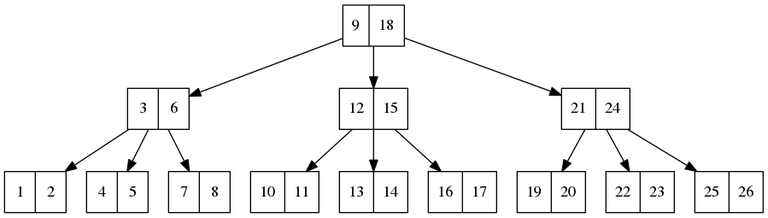
Earlier version of the Graphviz export BTree/archivo.png (santiago3223/ULaSalle). Its source is kept beside it as BTree/archivo.dot.
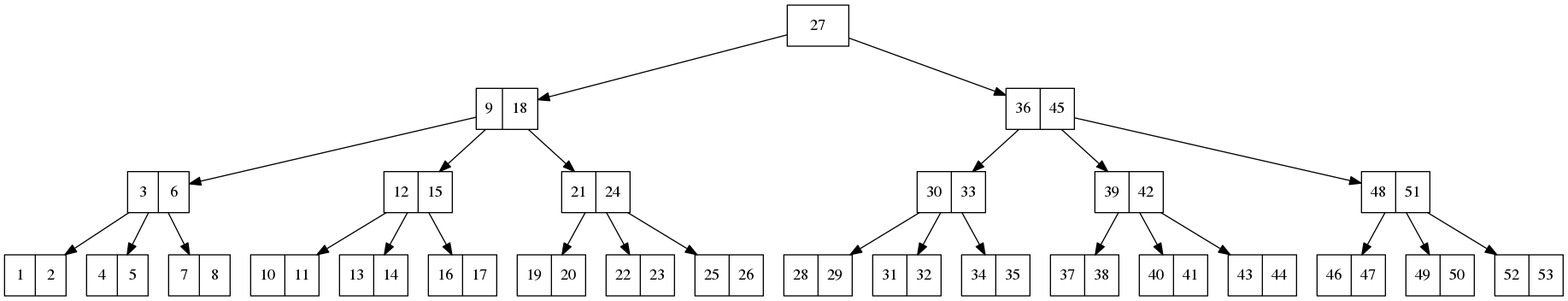
After the change.

Change to the diagram source:
```diff
@@ -1,27 +1,55 @@
 digraph {
-"0x111ff20"[shape=record, label="{{ 9|18} } "];
-"0x111fca0"[shape=record, label="{{ 3|6} } "];
-"0x111fc20"[shape=record, label="{{ 1|2} } "];
-"0x111fca0"->"0x111fc20"
-"0x111fd20"[shape=record, label="{{ 4|5} } "];
-"0x111fca0"->"0x111fd20"
-"0x111fda0"[shape=record, label="{{ 7|8} } "];
-"0x111fca0"->"0x111fda0"
-"0x111ff20"->"0x111fca0"
-"0x111ffa0"[shape=record, label="{{ 12|15} } "];
-"0x111fe20"[shape=record, label="{{ 10|11} } "];
-"0x111ffa0"->"0x111fe20"
-"0x111fea0"[shape=record, label="{{ 13|14} } "];
-"0x111ffa0"->"0x111fea0"
-"0x1120020"[shape=record, label="{{ 16|17} } "];
-"0x111ffa0"->"0x1120020"
-"0x111ff20"->"0x111ffa0"
-"0x11201a0"[shape=record, label="{{ 21|24} } "];
-"0x11200a0"[shape=record, label="{{ 19|20} } "];
-"0x11201a0"->"0x11200a0"
-"0x1120120"[shape=record, label="{{ 22|23} } "];
-"0x11201a0"->"0x1120120"
-"0x1120220"[shape=record, label="{{ 25|26} } "];
-"0x11201a0"->"0x1120220"
-"0x111ff20"->"0x11201a0"
+"0x23247a0"[shape=record, label="{{ 27} } "];
+"0x2323f20"[shape=record, label="{{ 9|18} } "];
+"0x2323ca0"[shape=record, label="{{ 3|6} } "];
+"0x2323c20"[shape=record, label="{{ 1|2} } "];
+"0x2323ca0"->"0x2323c20"
+"0x2323d20"[shape=record, label="{{ 4|5} } "];
+"0x2323ca0"->"0x2323d20"
+"0x2323da0"[shape=record, label="{{ 7|8} } "];
+"0x2323ca0"->"0x2323da0"
+"0x2323f20"->"0x2323ca0"
+"0x2323fa0"[shape=record, label="{{ 12|15} } "];
+"0x2323e20"[shape=record, label="{{ 10|11} } "];
+"0x2323fa0"->"0x2323e20"
+"0x2323ea0"[shape=record, label="{{ 13|14} } "];
+"0x2323fa0"->"0x2323ea0"
+"0x2324020"[shape=record, label="{{ 16|17} } "];
+"0x2323fa0"->"0x2324020"
+"0x2323f20"->"0x2323fa0"
+"0x23241a0"[shape=record, label="{{ 21|24} } "];
+"0x23240a0"[shape=record, label="{{ 19|20} } "];
+"0x23241a0"->"0x23240a0"
+"0x2324120"[shape=record, label="{{ 22|23} } "];
+"0x23241a0"->"0x2324120"
+"0x2324220"[shape=record, label="{{ 25|26} } "];
+"0x23241a0"->"0x2324220"
+"0x2323f20"->"0x23241a0"
+"0x23247a0"->"0x2323f20"
+"0x2324820"[shape=record, label="{{ 36|45} } "];
+"0x23243a0"[shape=record, label="{{ 30|33} } "];
+"0x23242a0"[shape=record, label="{{ 28|29} } "];
+"0x23243a0"->"0x23242a0"
+"0x2324320"[shape=record, label="{{ 31|32} } "];
+"0x23243a0"->"0x2324320"
+"0x2324420"[shape=record, label="{{ 34|35} } "];
+"0x23243a0"->"0x2324420"
+"0x2324820"->"0x23243a0"
+"0x23245a0"[shape=record, label="{{ 39|42} } "];
+"0x23244a0"[shape=record, label="{{ 37|38} } "];
+"0x23245a0"->"0x23244a0"
+"0x2324520"[shape=record, label="{{ 40|41} } "];
+"0x23245a0"->"0x2324520"
+"0x2324620"[shape=record, label="{{ 43|44} } "];
+"0x23245a0"->"0x2324620"
+"0x2324820"->"0x23245a0"
+"0x23248a0"[shape=record, label="{{ 48|51} } "];
+"0x23246a0"[shape=record, label="{{ 46|47} } "];
+"0x23248a0"->"0x23246a0"
+"0x2324720"[shape=record, label="{{ 49|50} } "];
+"0x23248a0"->"0x2324720"
+"0x2324920"[shape=record, label="{{ 52|53} } "];
+"0x23248a0"->"0x2324920"
+"0x2324820"->"0x23248a0"
+"0x23247a0"->"0x2324820"
  }
```
